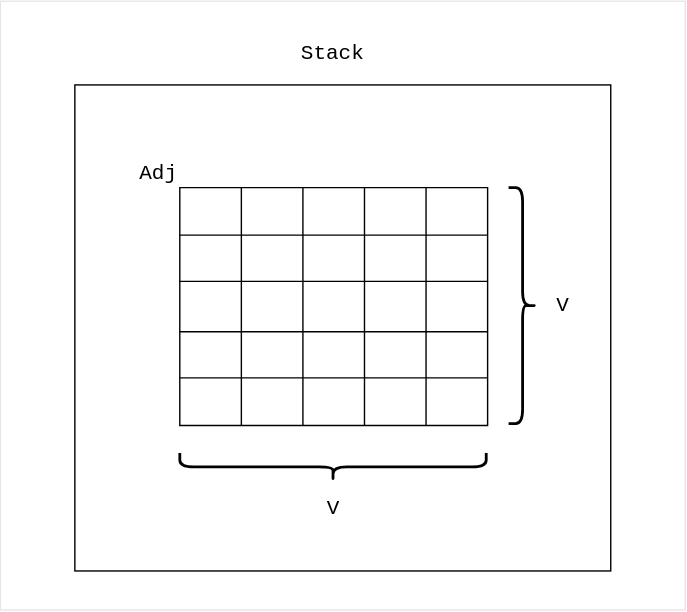
datkumar/code-journal keeps this draw.io diagram as public/diagrams/adj-matrix-vector.svg. Above is the earlier version. Source tidied: cells renumbered, new cells last; positions are measured from the earlier drawing's top-left corner, leaving out a move shared by most shapes.
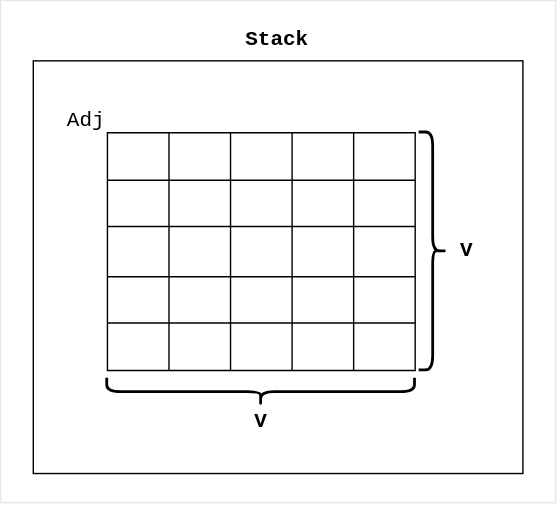
Later version of the same file.

Diff of the diagram source:
```diff
@@ -2,122 +2,122 @@
   <root>
     <mxCell id="0" />
     <mxCell id="1" parent="0" />
-    <mxCell id="2" style="rounded=0;whiteSpace=wrap;html=1;strokeColor=#E6E6E6;fontFamily=Courier New;fontStyle=1;fontSize=14;" parent="1" vertex="1">
-      <mxGeometry x="-0.2" y="0.2" width="489.5" height="435" as="geometry" />
+    <mxCell id="2" value="&lt;div&gt;&lt;br&gt;&lt;/div&gt;&lt;div&gt;&lt;br&gt;&lt;/div&gt;" style="rounded=0;whiteSpace=wrap;html=1;strokeColor=#E6E6E6;fontFamily=monospace;fontStyle=1;fontSize=14;fillColor=light-dark(#FFFFFF,#FFFFFF);fontColor=light-dark(#000000,#000000);" parent="1" vertex="1">
+      <mxGeometry x="62.6" y="38.9" width="396.8" height="359" as="geometry" />
     </mxCell>
-    <mxCell id="3" style="rounded=0;whiteSpace=wrap;html=1;" parent="1" vertex="1">
-      <mxGeometry x="53" y="60" width="383" height="347.4" as="geometry" />
+    <mxCell id="3" style="rounded=0;whiteSpace=wrap;html=1;fontFamily=monospace;strokeColor=light-dark(#000000,#000000);fillColor=light-dark(#FFFFFF,#FFFFFF);fontColor=light-dark(#000000,#000000);" parent="1" vertex="1">
+      <mxGeometry x="86" y="82" width="350" height="295" as="geometry" />
     </mxCell>
-    <mxCell id="4" style="shape=table;startSize=0;fontFamily=Courier New;" parent="1" vertex="1">
-      <mxGeometry x="128" y="133.4" width="220" height="170" as="geometry" />
+    <mxCell id="4" style="shape=table;startSize=0;fontFamily=monospace;strokeColor=light-dark(#000000,#000000);fillColor=light-dark(#FFFFFF,#FFFFFF);fontColor=light-dark(#000000,#000000);" parent="1" vertex="1">
+      <mxGeometry x="139" y="133.4" width="220" height="170" as="geometry" />
     </mxCell>
-    <mxCell id="5" style="shape=tableRow;horizontal=0;startSize=0;swimlaneHead=0;swimlaneBody=0;strokeColor=inherit;top=0;left=0;bottom=0;right=0;fillColor=none;fontFamily=Courier New;" parent="4" vertex="1">
+    <mxCell id="5" style="shape=tableRow;horizontal=0;startSize=0;swimlaneHead=0;swimlaneBody=0;strokeColor=inherit;top=0;left=0;bottom=0;right=0;fillColor=none;fontFamily=monospace;fontColor=light-dark(#000000,#000000);" parent="4" vertex="1">
       <mxGeometry width="220" height="34" as="geometry" />
     </mxCell>
-    <mxCell id="6" style="shape=partialRectangle;html=1;whiteSpace=wrap;strokeColor=inherit;overflow=hidden;fillColor=none;top=0;left=0;bottom=0;right=0;fontFamily=Courier New;" parent="5" vertex="1">
+    <mxCell id="6" style="shape=partialRectangle;html=1;whiteSpace=wrap;strokeColor=inherit;overflow=hidden;fillColor=none;top=0;left=0;bottom=0;right=0;fontFamily=monospace;fontColor=light-dark(#000000,#000000);" parent="5" vertex="1">
       <mxGeometry width="44" height="34" as="geometry" />
     </mxCell>
-    <mxCell id="7" style="shape=partialRectangle;html=1;whiteSpace=wrap;strokeColor=inherit;overflow=hidden;fillColor=none;top=0;left=0;bottom=0;right=0;fontFamily=Courier New;" parent="5" vertex="1">
+    <mxCell id="7" style="shape=partialRectangle;html=1;whiteSpace=wrap;strokeColor=inherit;overflow=hidden;fillColor=none;top=0;left=0;bottom=0;right=0;fontFamily=monospace;fontColor=light-dark(#000000,#000000);" parent="5" vertex="1">
       <mxGeometry x="44" width="44" height="34" as="geometry" />
     </mxCell>
-    <mxCell id="8" style="shape=partialRectangle;html=1;whiteSpace=wrap;strokeColor=inherit;overflow=hidden;fillColor=none;top=0;left=0;bottom=0;right=0;fontFamily=Courier New;" parent="5" vertex="1">
+    <mxCell id="8" style="shape=partialRectangle;html=1;whiteSpace=wrap;strokeColor=inherit;overflow=hidden;fillColor=none;top=0;left=0;bottom=0;right=0;fontFamily=monospace;fontColor=light-dark(#000000,#000000);" parent="5" vertex="1">
       <mxGeometry x="88" width="44" height="34" as="geometry" />
     </mxCell>
-    <mxCell id="9" style="shape=partialRectangle;html=1;whiteSpace=wrap;strokeColor=inherit;overflow=hidden;fillColor=none;top=0;left=0;bottom=0;right=0;fontFamily=Courier New;" parent="5" vertex="1">
+    <mxCell id="9" style="shape=partialRectangle;html=1;whiteSpace=wrap;strokeColor=inherit;overflow=hidden;fillColor=none;top=0;left=0;bottom=0;right=0;fontFamily=monospace;fontColor=light-dark(#000000,#000000);" parent="5" vertex="1">
       <mxGeometry x="132" width="44" height="34" as="geometry" />
     </mxCell>
-    <mxCell id="10" style="shape=partialRectangle;html=1;whiteSpace=wrap;strokeColor=inherit;overflow=hidden;fillColor=none;top=0;left=0;bottom=0;right=0;fontFamily=Courier New;" parent="5" vertex="1">
+    <mxCell id="10" style="shape=partialRectangle;html=1;whiteSpace=wrap;strokeColor=inherit;overflow=hidden;fillColor=none;top=0;left=0;bottom=0;right=0;fontFamily=monospace;fontColor=light-dark(#000000,#000000);" parent="5" vertex="1">
       <mxGeometry x="176" width="44" height="34" as="geometry" />
     </mxCell>
-    <mxCell id="11" style="shape=tableRow;horizontal=0;startSize=0;swimlaneHead=0;swimlaneBody=0;strokeColor=inherit;top=0;left=0;bottom=0;right=0;fillColor=none;fontFamily=Courier New;" parent="4" vertex="1">
+    <mxCell id="11" style="shape=tableRow;horizontal=0;startSize=0;swimlaneHead=0;swimlaneBody=0;strokeColor=inherit;top=0;left=0;bottom=0;right=0;fillColor=none;fontFamily=monospace;fontColor=light-dark(#000000,#000000);" parent="4" vertex="1">
       <mxGeometry y="34" width="220" height="33" as="geometry" />
     </mxCell>
-    <mxCell id="12" style="shape=partialRectangle;html=1;whiteSpace=wrap;strokeColor=inherit;overflow=hidden;fillColor=none;top=0;left=0;bottom=0;right=0;fontFamily=Courier New;" parent="11" vertex="1">
+    <mxCell id="12" style="shape=partialRectangle;html=1;whiteSpace=wrap;strokeColor=inherit;overflow=hidden;fillColor=none;top=0;left=0;bottom=0;right=0;fontFamily=monospace;fontColor=light-dark(#000000,#000000);" parent="11" vertex="1">
       <mxGeometry width="44" height="33" as="geometry" />
     </mxCell>
-    <mxCell id="13" style="shape=partialRectangle;html=1;whiteSpace=wrap;strokeColor=inherit;overflow=hidden;fillColor=none;top=0;left=0;bottom=0;right=0;fontFamily=Courier New;" parent="11" vertex="1">
+    <mxCell id="13" style="shape=partialRectangle;html=1;whiteSpace=wrap;strokeColor=inherit;overflow=hidden;fillColor=none;top=0;left=0;bottom=0;right=0;fontFamily=monospace;fontColor=light-dark(#000000,#000000);" parent="11" vertex="1">
       <mxGeometry x="44" width="44" height="33" as="geometry" />
     </mxCell>
-    <mxCell id="14" style="shape=partialRectangle;html=1;whiteSpace=wrap;strokeColor=inherit;overflow=hidden;fillColor=none;top=0;left=0;bottom=0;right=0;fontFamily=Courier New;" parent="11" vertex="1">
+    <mxCell id="14" style="shape=partialRectangle;html=1;whiteSpace=wrap;strokeColor=inherit;overflow=hidden;fillColor=none;top=0;left=0;bottom=0;right=0;fontFamily=monospace;fontColor=light-dark(#000000,#000000);" parent="11" vertex="1">
       <mxGeometry x="88" width="44" height="33" as="geometry" />
     </mxCell>
-    <mxCell id="15" style="shape=partialRectangle;html=1;whiteSpace=wrap;strokeColor=inherit;overflow=hidden;fillColor=none;top=0;left=0;bottom=0;right=0;fontFamily=Courier New;" parent="11" vertex="1">
+    <mxCell id="15" style="shape=partialRectangle;html=1;whiteSpace=wrap;strokeColor=inherit;overflow=hidden;fillColor=none;top=0;left=0;bottom=0;right=0;fontFamily=monospace;fontColor=light-dark(#000000,#000000);" parent="11" vertex="1">
       <mxGeometry x="132" width="44" height="33" as="geometry" />
     </mxCell>
-    <mxCell id="16" style="shape=partialRectangle;html=1;whiteSpace=wrap;strokeColor=inherit;overflow=hidden;fillColor=none;top=0;left=0;bottom=0;right=0;fontFamily=Courier New;" parent="11" vertex="1">
+    <mxCell id="16" style="shape=partialRectangle;html=1;whiteSpace=wrap;strokeColor=inherit;overflow=hidden;fillColor=none;top=0;left=0;bottom=0;right=0;fontFamily=monospace;fontColor=light-dark(#000000,#000000);" parent="11" vertex="1">
       <mxGeometry x="176" width="44" height="33" as="geometry" />
     </mxCell>
-    <mxCell id="17" style="shape=tableRow;horizontal=0;startSize=0;swimlaneHead=0;swimlaneBody=0;strokeColor=inherit;top=0;left=0;bottom=0;right=0;fillColor=none;fontFamily=Courier New;" parent="4" vertex="1">
+    <mxCell id="17" style="shape=tableRow;horizontal=0;startSize=0;swimlaneHead=0;swimlaneBody=0;strokeColor=inherit;top=0;left=0;bottom=0;right=0;fillColor=none;fontFamily=monospace;fontColor=light-dark(#000000,#000000);" parent="4" vertex="1">
       <mxGeometry y="67" width="220" height="36" as="geometry" />
     </mxCell>
-    <mxCell id="18" style="shape=partialRectangle;html=1;whiteSpace=wrap;strokeColor=inherit;overflow=hidden;fillColor=none;top=0;left=0;bottom=0;right=0;fontFamily=Courier New;" parent="17" vertex="1">
+    <mxCell id="18" style="shape=partialRectangle;html=1;whiteSpace=wrap;strokeColor=inherit;overflow=hidden;fillColor=none;top=0;left=0;bottom=0;right=0;fontFamily=monospace;fontColor=light-dark(#000000,#000000);" parent="17" vertex="1">
       <mxGeometry width="44" height="36" as="geometry" />
     </mxCell>
-    <mxCell id="19" style="shape=partialRectangle;html=1;whiteSpace=wrap;strokeColor=inherit;overflow=hidden;fillColor=none;top=0;left=0;bottom=0;right=0;fontFamily=Courier New;" parent="17" vertex="1">
+    <mxCell id="19" style="shape=partialRectangle;html=1;whiteSpace=wrap;strokeColor=inherit;overflow=hidden;fillColor=none;top=0;left=0;bottom=0;right=0;fontFamily=monospace;fontColor=light-dark(#000000,#000000);" parent="17" vertex="1">
       <mxGeometry x="44" width="44" height="36" as="geometry" />
     </mxCell>
-    <mxCell id="20" style="shape=partialRectangle;html=1;whiteSpace=wrap;strokeColor=inherit;overflow=hidden;fillColor=none;top=0;left=0;bottom=0;right=0;fontFamily=Courier New;" parent="17" vertex="1">
+    <mxCell id="20" style="shape=partialRectangle;html=1;whiteSpace=wrap;strokeColor=inherit;overflow=hidden;fillColor=none;top=0;left=0;bottom=0;right=0;fontFamily=monospace;fontColor=light-dark(#000000,#000000);" parent="17" vertex="1">
       <mxGeometry x="88" width="44" height="36" as="geometry" />
     </mxCell>
-    <mxCell id="21" style="shape=partialRectangle;html=1;whiteSpace=wrap;strokeColor=inherit;overflow=hidden;fillColor=none;top=0;left=0;bottom=0;right=0;fontFamily=Courier New;" parent="17" vertex="1">
+    <mxCell id="21" style="shape=partialRectangle;html=1;whiteSpace=wrap;strokeColor=inherit;overflow=hidden;fillColor=none;top=0;left=0;bottom=0;right=0;fontFamily=monospace;fontColor=light-dark(#000000,#000000);" parent="17" vertex="1">
       <mxGeometry x="132" width="44" height="36" as="geometry" />
     </mxCell>
-    <mxCell id="22" style="shape=partialRectangle;html=1;whiteSpace=wrap;strokeColor=inherit;overflow=hidden;fillColor=none;top=0;left=0;bottom=0;right=0;fontFamily=Courier New;" parent="17" vertex="1">
+    <mxCell id="22" style="shape=partialRectangle;html=1;whiteSpace=wrap;strokeColor=inherit;overflow=hidden;fillColor=none;top=0;left=0;bottom=0;right=0;fontFamily=monospace;fontColor=light-dark(#000000,#000000);" parent="17" vertex="1">
       <mxGeometry x="176" width="44" height="36" as="geometry" />
     </mxCell>
-    <mxCell id="23" style="shape=tableRow;horizontal=0;startSize=0;swimlaneHead=0;swimlaneBody=0;strokeColor=inherit;top=0;left=0;bottom=0;right=0;fillColor=none;fontFamily=Courier New;" parent="4" vertex="1">
+    <mxCell id="23" style="shape=tableRow;horizontal=0;startSize=0;swimlaneHead=0;swimlaneBody=0;strokeColor=inherit;top=0;left=0;bottom=0;right=0;fillColor=none;fontFamily=monospace;fontColor=light-dark(#000000,#000000);" parent="4" vertex="1">
       <mxGeometry y="103" width="220" height="33" as="geometry" />
     </mxCell>
-    <mxCell id="24" style="shape=partialRectangle;html=1;whiteSpace=wrap;strokeColor=inherit;overflow=hidden;fillColor=none;top=0;left=0;bottom=0;right=0;fontFamily=Courier New;" parent="23" vertex="1">
+    <mxCell id="24" style="shape=partialRectangle;html=1;whiteSpace=wrap;strokeColor=inherit;overflow=hidden;fillColor=none;top=0;left=0;bottom=0;right=0;fontFamily=monospace;fontColor=light-dark(#000000,#000000);" parent="23" vertex="1">
       <mxGeometry width="44" height="33" as="geometry" />
     </mxCell>
-    <mxCell id="25" style="shape=partialRectangle;html=1;whiteSpace=wrap;strokeColor=inherit;overflow=hidden;fillColor=none;top=0;left=0;bottom=0;right=0;fontFamily=Courier New;" parent="23" vertex="1">
+    <mxCell id="25" style="shape=partialRectangle;html=1;whiteSpace=wrap;strokeColor=inherit;overflow=hidden;fillColor=none;top=0;left=0;bottom=0;right=0;fontFamily=monospace;fontColor=light-dark(#000000,#000000);" parent="23" vertex="1">
       <mxGeometry x="44" width="44" height="33" as="geometry" />
     </mxCell>
-    <mxCell id="26" style="shape=partialRectangle;html=1;whiteSpace=wrap;strokeColor=inherit;overflow=hidden;fillColor=none;top=0;left=0;bottom=0;right=0;fontFamily=Courier New;" parent="23" vertex="1">
+    <mxCell id="26" style="shape=partialRectangle;html=1;whiteSpace=wrap;strokeColor=inherit;overflow=hidden;fillColor=none;top=0;left=0;bottom=0;right=0;fontFamily=monospace;fontColor=light-dark(#000000,#000000);" parent="23" vertex="1">
       <mxGeometry x="88" width="44" height="33" as="geometry" />
     </mxCell>
-    <mxCell id="27" style="shape=partialRectangle;html=1;whiteSpace=wrap;strokeColor=inherit;overflow=hidden;fillColor=none;top=0;left=0;bottom=0;right=0;fontFamily=Courier New;" parent="23" vertex="1">
+    <mxCell id="27" style="shape=partialRectangle;html=1;whiteSpace=wrap;strokeColor=inherit;overflow=hidden;fillColor=none;top=0;left=0;bottom=0;right=0;fontFamily=monospace;fontColor=light-dark(#000000,#000000);" parent="23" vertex="1">
       <mxGeometry x="132" width="44" height="33" as="geometry" />
     </mxCell>
-    <mxCell id="28" style="shape=partialRectangle;html=1;whiteSpace=wrap;strokeColor=inherit;overflow=hidden;fillColor=none;top=0;left=0;bottom=0;right=0;fontFamily=Courier New;" parent="23" vertex="1">
+    <mxCell id="28" style="shape=partialRectangle;html=1;whiteSpace=wrap;strokeColor=inherit;overflow=hidden;fillColor=none;top=0;left=0;bottom=0;right=0;fontFamily=monospace;fontColor=light-dark(#000000,#000000);" parent="23" vertex="1">
       <mxGeometry x="176" width="44" height="33" as="geometry" />
     </mxCell>
-    <mxCell id="29" style="shape=tableRow;horizontal=0;startSize=0;swimlaneHead=0;swimlaneBody=0;strokeColor=inherit;top=0;left=0;bottom=0;right=0;fillColor=none;fontFamily=Courier New;" parent="4" vertex="1">
+    <mxCell id="29" style="shape=tableRow;horizontal=0;startSize=0;swimlaneHead=0;swimlaneBody=0;strokeColor=inherit;top=0;left=0;bottom=0;right=0;fillColor=none;fontFamily=monospace;fontColor=light-dark(#000000,#000000);" parent="4" vertex="1">
       <mxGeometry y="136" width="220" height="34" as="geometry" />
     </mxCell>
-    <mxCell id="30" style="shape=partialRectangle;html=1;whiteSpace=wrap;strokeColor=inherit;overflow=hidden;fillColor=none;top=0;left=0;bottom=0;right=0;fontFamily=Courier New;" parent="29" vertex="1">
+    <mxCell id="30" style="shape=partialRectangle;html=1;whiteSpace=wrap;strokeColor=inherit;overflow=hidden;fillColor=none;top=0;left=0;bottom=0;right=0;fontFamily=monospace;fontColor=light-dark(#000000,#000000);" parent="29" vertex="1">
       <mxGeometry width="44" height="34" as="geometry" />
     </mxCell>
-    <mxCell id="31" style="shape=partialRectangle;html=1;whiteSpace=wrap;strokeColor=inherit;overflow=hidden;fillColor=none;top=0;left=0;bottom=0;right=0;fontFamily=Courier New;" parent="29" vertex="1">
+    <mxCell id="31" style="shape=partialRectangle;html=1;whiteSpace=wrap;strokeColor=inherit;overflow=hidden;fillColor=none;top=0;left=0;bottom=0;right=0;fontFamily=monospace;fontColor=light-dark(#000000,#000000);" parent="29" vertex="1">
       <mxGeometry x="44" width="44" height="34" as="geometry" />
     </mxCell>
-    <mxCell id="32" style="shape=partialRectangle;html=1;whiteSpace=wrap;strokeColor=inherit;overflow=hidden;fillColor=none;top=0;left=0;bottom=0;right=0;fontFamily=Courier New;" parent="29" vertex="1">
+    <mxCell id="32" style="shape=partialRectangle;html=1;whiteSpace=wrap;strokeColor=inherit;overflow=hidden;fillColor=none;top=0;left=0;bottom=0;right=0;fontFamily=monospace;fontColor=light-dark(#000000,#000000);" parent="29" vertex="1">
       <mxGeometry x="88" width="44" height="34" as="geometry" />
     </mxCell>
-    <mxCell id="33" style="shape=partialRectangle;html=1;whiteSpace=wrap;strokeColor=inherit;overflow=hidden;fillColor=none;top=0;left=0;bottom=0;right=0;fontFamily=Courier New;" parent="29" vertex="1">
+    <mxCell id="33" style="shape=partialRectangle;html=1;whiteSpace=wrap;strokeColor=inherit;overflow=hidden;fillColor=none;top=0;left=0;bottom=0;right=0;fontFamily=monospace;fontColor=light-dark(#000000,#000000);" parent="29" vertex="1">
       <mxGeometry x="132" width="44" height="34" as="geometry" />
     </mxCell>
-    <mxCell id="34" style="shape=partialRectangle;html=1;whiteSpace=wrap;strokeColor=inherit;overflow=hidden;fillColor=none;top=0;left=0;bottom=0;right=0;fontFamily=Courier New;" parent="29" vertex="1">
+    <mxCell id="34" style="shape=partialRectangle;html=1;whiteSpace=wrap;strokeColor=inherit;overflow=hidden;fillColor=none;top=0;left=0;bottom=0;right=0;fontFamily=monospace;fontColor=light-dark(#000000,#000000);" parent="29" vertex="1">
       <mxGeometry x="176" width="44" height="34" as="geometry" />
     </mxCell>
-    <mxCell id="35" value="Adj" style="text;html=1;align=center;verticalAlign=middle;whiteSpace=wrap;rounded=0;fontFamily=Courier New;fontSize=15;fontStyle=0;" parent="1" vertex="1">
-      <mxGeometry x="95" y="109" width="36" height="30" as="geometry" />
+    <mxCell id="35" value="Adj" style="text;html=1;align=center;verticalAlign=middle;whiteSpace=wrap;rounded=0;fontFamily=monospace;fontSize=15;fontStyle=0;fontColor=light-dark(#000000,#000000);" parent="1" vertex="1">
+      <mxGeometry x="106" y="110" width="36" height="30" as="geometry" />
     </mxCell>
-    <mxCell id="36" value="Stack" style="text;html=1;align=center;verticalAlign=middle;whiteSpace=wrap;rounded=0;fontFamily=Courier New;fontSize=15;fontStyle=0;" parent="1" vertex="1">
-      <mxGeometry x="211.5" y="23" width="53" height="30" as="geometry" />
+    <mxCell id="36" value="Stack" style="text;html=1;align=center;verticalAlign=middle;whiteSpace=wrap;rounded=0;fontFamily=monospace;fontSize=15;fontStyle=1;fontColor=light-dark(#000000,#000000);" parent="1" vertex="1">
+      <mxGeometry x="234.5" y="52" width="53" height="30" as="geometry" />
     </mxCell>
-    <mxCell id="37" style="shape=curlyBracket;whiteSpace=wrap;html=1;rounded=1;flipH=1;labelPosition=right;verticalLabelPosition=middle;align=left;verticalAlign=middle;strokeWidth=2;" parent="1" vertex="1">
-      <mxGeometry x="363" y="133.4" width="20" height="168.6" as="geometry" />
+    <mxCell id="37" style="shape=curlyBracket;whiteSpace=wrap;html=1;rounded=1;flipH=1;labelPosition=right;verticalLabelPosition=middle;align=left;verticalAlign=middle;strokeWidth=2;fontFamily=monospace;size=0.5;fontColor=light-dark(#000000,#000000);strokeColor=light-dark(#000000,#000000);" parent="1" vertex="1">
+      <mxGeometry x="362" y="133.4" width="20" height="170" as="geometry" />
     </mxCell>
-    <mxCell id="38" style="shape=curlyBracket;whiteSpace=wrap;html=1;rounded=1;flipH=1;labelPosition=right;verticalLabelPosition=middle;align=left;verticalAlign=middle;direction=north;strokeWidth=2;" parent="1" vertex="1">
-      <mxGeometry x="128" y="323" width="219" height="20" as="geometry" />
+    <mxCell id="38" style="shape=curlyBracket;whiteSpace=wrap;html=1;rounded=1;flipH=1;labelPosition=right;verticalLabelPosition=middle;align=left;verticalAlign=middle;direction=north;strokeWidth=2;fontFamily=monospace;fontColor=light-dark(#000000,#000000);strokeColor=light-dark(#000000,#000000);" parent="1" vertex="1">
+      <mxGeometry x="139" y="309" width="220" height="20" as="geometry" />
     </mxCell>
-    <mxCell id="39" value="V" style="text;html=1;align=center;verticalAlign=middle;whiteSpace=wrap;rounded=0;fontFamily=Courier New;fontSize=15;fontStyle=0;" parent="1" vertex="1">
-      <mxGeometry x="223" y="348" width="30" height="30" as="geometry" />
+    <mxCell id="39" value="V" style="text;html=1;align=center;verticalAlign=middle;whiteSpace=wrap;rounded=0;fontFamily=monospace;fontSize=15;fontStyle=1;fontColor=light-dark(#000000,#000000);" parent="1" vertex="1">
+      <mxGeometry x="234" y="325" width="30" height="30" as="geometry" />
     </mxCell>
-    <mxCell id="40" value="V" style="text;html=1;align=center;verticalAlign=middle;whiteSpace=wrap;rounded=0;fontFamily=Courier New;fontSize=15;fontStyle=0;" parent="1" vertex="1">
-      <mxGeometry x="387" y="202.7" width="30" height="30" as="geometry" />
+    <mxCell id="40" value="V" style="text;html=1;align=center;verticalAlign=middle;whiteSpace=wrap;rounded=0;fontFamily=monospace;fontSize=15;fontStyle=1;fontColor=light-dark(#000000,#000000);" parent="1" vertex="1">
+      <mxGeometry x="381" y="203.4" width="30" height="30" as="geometry" />
     </mxCell>
   </root>
 </mxGraphModel>
```
